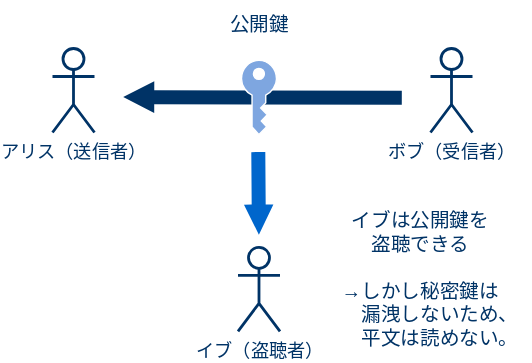
Before: img/7-leak-pubkey.svg, a diagram exported from draw.io (akakou-doc/pubkey-crypto). Source tidied: cells renumbered, new cells last; positions are measured from the earlier drawing's top-left corner, leaving out a move shared by most shapes.
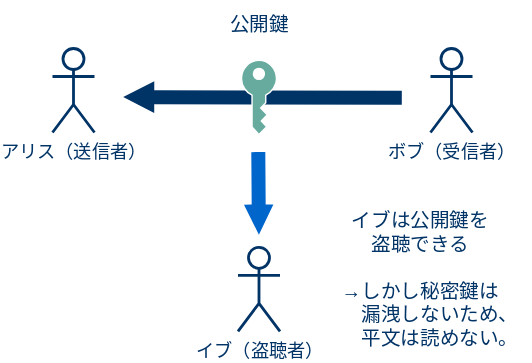
Above is the later version.

Change to the diagram source:
```diff
@@ -29,7 +29,7 @@
     <mxCell id="8" value="&lt;span style=&quot;font-size: 14px&quot;&gt;&lt;font color=&quot;#003366&quot;&gt;イブは公開鍵を&lt;br&gt;盗聴できる&lt;br&gt;&lt;br&gt;→しかし秘密鍵は&lt;br&gt;　　漏洩しないため、&lt;br&gt;　　平文は読めない。&lt;/font&gt;&lt;br&gt;&lt;/span&gt;" style="text;html=1;strokeColor=none;fillColor=none;align=center;verticalAlign=middle;whiteSpace=wrap;rounded=0;" parent="1" vertex="1">
       <mxGeometry x="182.5" y="144" width="160" height="110" as="geometry" />
     </mxCell>
-    <mxCell id="9" style="shadow=0;dashed=0;html=1;strokeColor=#FFFFFF;fillColor=#7EA6E0;labelPosition=center;verticalLabelPosition=bottom;verticalAlign=top;align=center;shape=mxgraph.office.security.key_permissions;strokeWidth=1;" parent="1" vertex="1">
+    <mxCell id="9" style="shadow=0;dashed=0;html=1;strokeColor=#FFFFFF;fillColor=#67AB9F;labelPosition=center;verticalLabelPosition=bottom;verticalAlign=top;align=center;shape=mxgraph.office.security.key_permissions;strokeWidth=1;" parent="1" vertex="1">
       <mxGeometry x="135" y="42.5" width="25" height="53" as="geometry" />
     </mxCell>
   </root>
```
